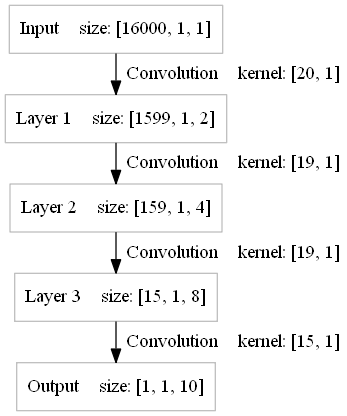
ttslr/niy keeps this Graphviz diagram as examples/speech_commands/files/model.png. Above is the earlier version. Its source is kept beside it as examples/speech_commands/files/model.gv.
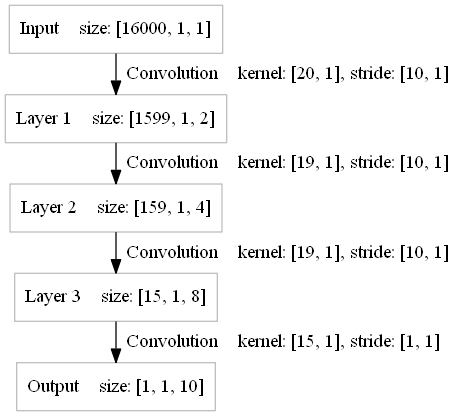
Later version of the same file.

Diff of the diagram source:
```diff
@@ -29,8 +29,8 @@
 Layer3 [label="Layer 3    size: [15, 1, 8]"]
 Output [label="Output    size: [1, 1, 10]"]
 
-Input->Layer1 [label="  Convolution    kernel: [20, 1]"]
-Layer1->Layer2 [label="  Convolution    kernel: [19, 1]"]
-Layer2->Layer3 [label="  Convolution    kernel: [19, 1]"]
-Layer3->Output [label="  Convolution    kernel: [15, 1]"]
+Input->Layer1 [label="  Convolution    kernel: [20, 1], stride: [10, 1]"]
+Layer1->Layer2 [label="  Convolution    kernel: [19, 1], stride: [10, 1]"]
+Layer2->Layer3 [label="  Convolution    kernel: [19, 1], stride: [10, 1]"]
+Layer3->Output [label="  Convolution    kernel: [15, 1], stride: [1, 1]"]
 }
```
